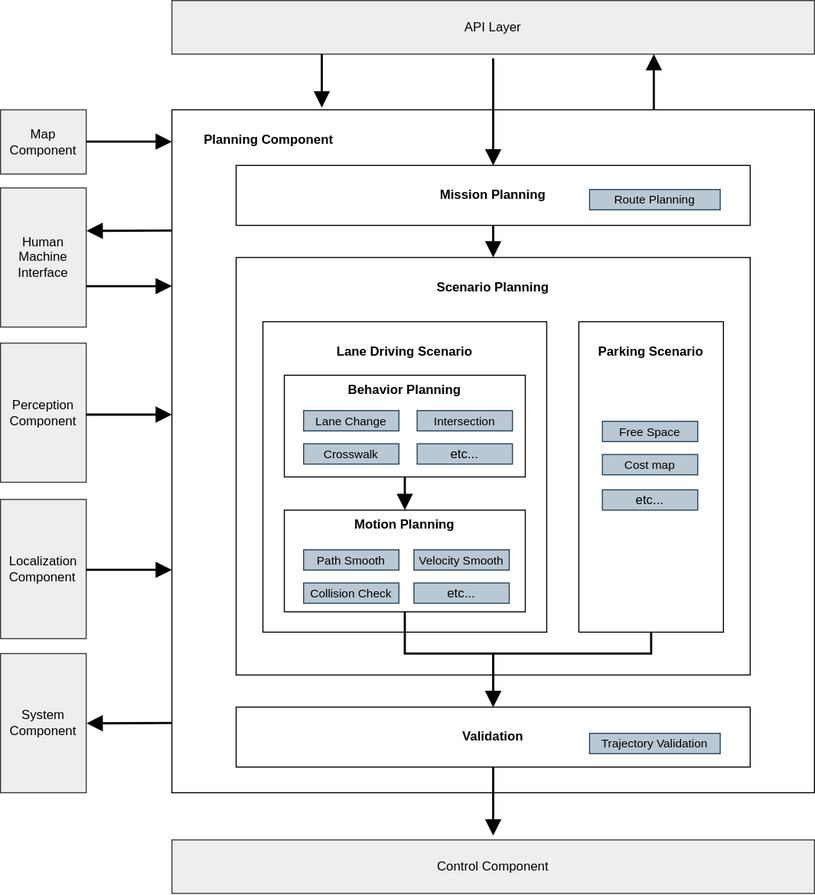
Earlier version of the draw.io export docs/design/autoware-architecture/planning/image/high-level-planning-diagram.drawio.svg (autowarefoundation/autoware-documentation). Source tidied: cells renumbered, new cells last; positions are measured from the earlier drawing's top-left corner, leaving out a move shared by most shapes.
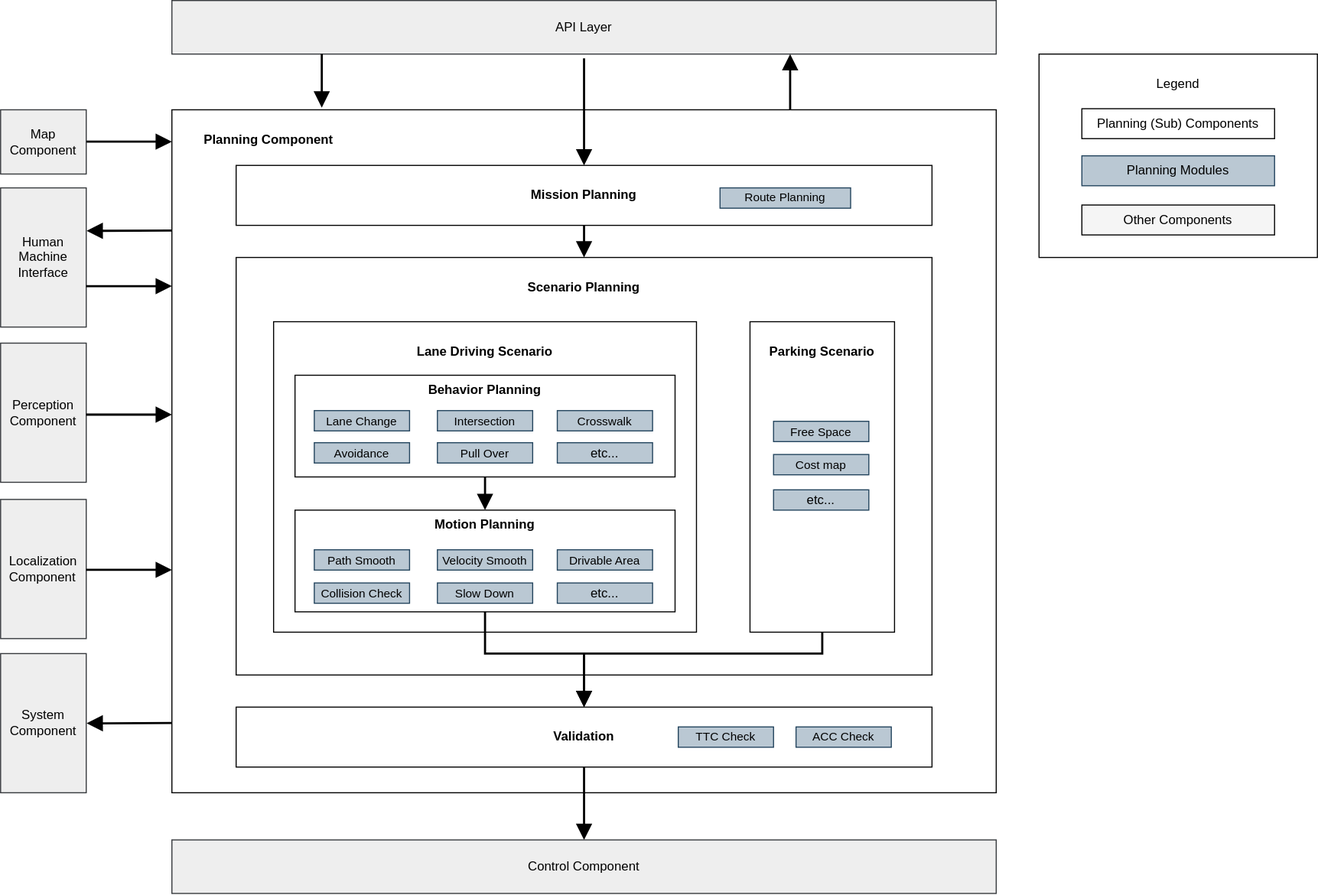
After the commit.

What changed in the source:
```diff
@@ -2,6 +2,9 @@
   <root>
     <mxCell id="0" />
     <mxCell id="1" parent="0" />
+    <mxCell id="45" value="&lt;br&gt;Legend" style="rounded=0;whiteSpace=wrap;html=1;verticalAlign=top;" parent="1" vertex="1">
+      <mxGeometry x="970" y="50" width="260" height="190" as="geometry" />
+    </mxCell>
     <mxCell id="2" style="rounded=0;sketch=0;orthogonalLoop=1;jettySize=auto;html=1;exitX=1;exitY=0.5;exitDx=0;exitDy=0;exitPerimeter=0;entryX=0;entryY=0.036;entryDx=0;entryDy=0;entryPerimeter=0;shadow=0;labelBackgroundColor=none;strokeWidth=2;endArrow=block;endFill=1;startSize=10;endSize=10;sourcePerimeterSpacing=4;targetPerimeterSpacing=4;" parent="1" edge="1">
       <mxGeometry relative="1" as="geometry">
         <mxPoint x="80" y="131.8" as="sourcePoint" />
@@ -24,25 +27,25 @@
       <mxGeometry y="175" width="80" height="130" as="geometry" />
     </mxCell>
     <mxCell id="7" value="API Layer" style="rounded=1;whiteSpace=wrap;html=1;labelBackgroundColor=none;verticalAlign=middle;arcSize=0;shadow=0;fillColor=#eeeeee;strokeColor=#36393d;" parent="1" vertex="1">
-      <mxGeometry x="160" width="600" height="50" as="geometry" />
+      <mxGeometry x="160" width="770" height="50" as="geometry" />
     </mxCell>
     <mxCell id="8" style="edgeStyle=none;rounded=0;sketch=0;jettySize=auto;html=1;exitX=0.75;exitY=0;exitDx=0;exitDy=0;entryX=0.75;entryY=1;entryDx=0;entryDy=0;shadow=0;labelBackgroundColor=none;strokeWidth=2;fontColor=#0d0d0d;startArrow=none;startFill=0;endArrow=block;endFill=1;startSize=10;endSize=10;sourcePerimeterSpacing=4;targetPerimeterSpacing=4;" parent="1" edge="1" source="9" target="7">
       <mxGeometry relative="1" as="geometry" />
     </mxCell>
     <mxCell id="9" style="rounded=0;whiteSpace=wrap;html=1;verticalAlign=top;labelBackgroundColor=none;shadow=0;" parent="1" vertex="1">
-      <mxGeometry x="160" y="102" width="600" height="638" as="geometry" />
+      <mxGeometry x="160" y="102.1" width="770" height="638" as="geometry" />
     </mxCell>
     <mxCell id="10" style="edgeStyle=none;curved=1;rounded=0;jettySize=auto;html=1;entryX=0.5;entryY=0;entryDx=0;entryDy=0;endArrow=block;startSize=10;endSize=10;sourcePerimeterSpacing=4;targetPerimeterSpacing=4;endFill=1;exitX=0.5;exitY=1;exitDx=0;exitDy=0;labelBackgroundColor=none;shadow=0;strokeWidth=2;" parent="1" edge="1" source="11" target="12">
       <mxGeometry relative="1" as="geometry" />
     </mxCell>
     <mxCell id="11" value="&lt;b&gt;Mission Planning&lt;/b&gt;" style="rounded=0;whiteSpace=wrap;html=1;verticalAlign=middle;labelBackgroundColor=none;shadow=0;" parent="1" vertex="1">
-      <mxGeometry x="220" y="154" width="480" height="56" as="geometry" />
+      <mxGeometry x="220" y="154" width="650" height="56" as="geometry" />
     </mxCell>
     <mxCell id="12" value="&lt;b&gt;&lt;br&gt;Scenario Planning&lt;/b&gt;" style="rounded=0;whiteSpace=wrap;html=1;verticalAlign=top;labelBackgroundColor=none;shadow=0;" parent="1" vertex="1">
-      <mxGeometry x="220" y="240" width="480" height="390" as="geometry" />
+      <mxGeometry x="220" y="240" width="650" height="390" as="geometry" />
     </mxCell>
     <mxCell id="13" value="&lt;b&gt;&lt;br&gt;Lane Driving Scenario&lt;/b&gt;" style="rounded=0;whiteSpace=wrap;html=1;verticalAlign=top;labelBackgroundColor=none;shadow=0;" parent="1" vertex="1">
-      <mxGeometry x="245" y="300" width="265" height="290" as="geometry" />
+      <mxGeometry x="255" y="300" width="395" height="290" as="geometry" />
     </mxCell>
     <mxCell id="14" style="edgeStyle=orthogonalEdgeStyle;rounded=0;jettySize=auto;html=1;entryX=0.5;entryY=0;entryDx=0;entryDy=0;endArrow=block;endFill=1;startSize=10;endSize=10;sourcePerimeterSpacing=4;targetPerimeterSpacing=4;exitX=0.5;exitY=1;exitDx=0;exitDy=0;labelBackgroundColor=none;shadow=0;strokeWidth=2;" parent="1" edge="1" source="15" target="21">
       <mxGeometry relative="1" as="geometry">
@@ -53,35 +56,33 @@
       </mxGeometry>
     </mxCell>
     <mxCell id="15" value="&lt;b&gt;&lt;br&gt;Parking Scenario&lt;/b&gt;" style="rounded=0;whiteSpace=wrap;html=1;verticalAlign=top;labelBackgroundColor=none;shadow=0;" parent="1" vertex="1">
-      <mxGeometry x="540" y="300" width="135" height="290" as="geometry" />
+      <mxGeometry x="700" y="300" width="135" height="290" as="geometry" />
     </mxCell>
     <mxCell id="16" style="edgeStyle=none;curved=1;rounded=0;jettySize=auto;html=1;exitX=0.5;exitY=1;exitDx=0;exitDy=0;entryX=0.5;entryY=0;entryDx=0;entryDy=0;endArrow=block;endFill=1;startSize=14;endSize=10;sourcePerimeterSpacing=8;targetPerimeterSpacing=8;labelBackgroundColor=none;shadow=0;strokeWidth=2;" parent="1" edge="1" source="17" target="19">
       <mxGeometry relative="1" as="geometry" />
     </mxCell>
     <mxCell id="17" value="&lt;b&gt;Behavior Planning&lt;/b&gt;" style="rounded=0;whiteSpace=wrap;html=1;verticalAlign=top;labelBackgroundColor=none;shadow=0;" parent="1" vertex="1">
-      <mxGeometry x="265" y="350" width="225" height="95" as="geometry" />
+      <mxGeometry x="275" y="350" width="355" height="95" as="geometry" />
     </mxCell>
     <mxCell id="18" style="edgeStyle=orthogonalEdgeStyle;rounded=0;jettySize=auto;html=1;exitX=0.5;exitY=1;exitDx=0;exitDy=0;entryX=0.5;entryY=0;entryDx=0;entryDy=0;endArrow=block;endFill=1;startSize=10;endSize=10;sourcePerimeterSpacing=4;targetPerimeterSpacing=4;labelBackgroundColor=none;shadow=0;strokeWidth=2;" parent="1" edge="1" source="19" target="21">
       <mxGeometry relative="1" as="geometry">
         <Array as="points">
-          <mxPoint x="378" y="610" />
-          <mxPoint x="460" y="610" />
+          <mxPoint x="453" y="610" />
+          <mxPoint x="545" y="610" />
         </Array>
       </mxGeometry>
     </mxCell>
     <mxCell id="19" value="&lt;b&gt;Motion Planning&lt;/b&gt;" style="rounded=0;whiteSpace=wrap;html=1;verticalAlign=top;labelBackgroundColor=none;shadow=0;" parent="1" vertex="1">
-      <mxGeometry x="265" y="476" width="225" height="95" as="geometry" />
+      <mxGeometry x="275" y="476" width="355" height="95" as="geometry" />
     </mxCell>
-    <mxCell id="20" style="edgeStyle=orthogonalEdgeStyle;rounded=0;jettySize=auto;html=1;exitX=0.5;exitY=1;exitDx=0;exitDy=0;endArrow=block;endFill=1;startSize=10;endSize=10;sourcePerimeterSpacing=4;targetPerimeterSpacing=4;labelBackgroundColor=none;shadow=0;strokeWidth=2;" parent="1" edge="1" source="21">
-      <mxGeometry relative="1" as="geometry">
-        <mxPoint x="460" y="780" as="targetPoint" />
-      </mxGeometry>
+    <mxCell id="20" style="edgeStyle=orthogonalEdgeStyle;rounded=0;jettySize=auto;html=1;exitX=0.5;exitY=1;exitDx=0;exitDy=0;endArrow=block;endFill=1;startSize=10;endSize=10;sourcePerimeterSpacing=4;targetPerimeterSpacing=4;labelBackgroundColor=none;shadow=0;strokeWidth=2;entryX=0.5;entryY=0;entryDx=0;entryDy=0;" parent="1" edge="1" source="21" target="22">
+      <mxGeometry relative="1" as="geometry" />
     </mxCell>
     <mxCell id="21" value="&lt;b&gt;Validation&lt;/b&gt;" style="rounded=0;whiteSpace=wrap;html=1;verticalAlign=middle;labelBackgroundColor=none;shadow=0;" parent="1" vertex="1">
-      <mxGeometry x="220" y="660" width="480" height="56" as="geometry" />
+      <mxGeometry x="220" y="660" width="650" height="56" as="geometry" />
     </mxCell>
     <mxCell id="22" value="Control Component" style="rounded=1;whiteSpace=wrap;html=1;labelBackgroundColor=none;verticalAlign=middle;arcSize=0;shadow=0;fillColor=#eeeeee;strokeColor=#36393d;" parent="1" vertex="1">
-      <mxGeometry x="160" y="784" width="600" height="50" as="geometry" />
+      <mxGeometry x="160" y="784" width="770" height="50" as="geometry" />
     </mxCell>
     <mxCell id="23" value="&lt;b&gt;Planning Component&lt;/b&gt;" style="text;html=1;align=center;verticalAlign=middle;labelBackgroundColor=none;shadow=1;" parent="1" vertex="1">
       <mxGeometry x="180" y="115" width="140" height="30" as="geometry" />
@@ -102,37 +103,37 @@
       <mxGeometry y="102" width="80" height="60" as="geometry" />
     </mxCell>
     <mxCell id="28" value="&lt;div style=&quot;font-size: 11px;&quot;&gt;Lane Change&lt;/div&gt;" style="rounded=1;whiteSpace=wrap;html=1;comic=0;shadow=0;arcSize=0;labelBackgroundColor=none;align=center;fontSize=11;fillColor=#bac8d3;strokeColor=#23445d;" parent="1" vertex="1">
-      <mxGeometry x="283" y="383" width="89" height="19" as="geometry" />
+      <mxGeometry x="293" y="383" width="89" height="19" as="geometry" />
     </mxCell>
     <mxCell id="29" value="&lt;div style=&quot;font-size: 11px;&quot;&gt;Intersection&lt;/div&gt;" style="rounded=1;whiteSpace=wrap;html=1;comic=0;shadow=0;arcSize=0;labelBackgroundColor=none;align=center;fontSize=11;fillColor=#bac8d3;strokeColor=#23445d;" parent="1" vertex="1">
-      <mxGeometry x="389" y="383" width="89" height="19" as="geometry" />
+      <mxGeometry x="408" y="383" width="89" height="19" as="geometry" />
     </mxCell>
     <mxCell id="30" value="&lt;div style=&quot;font-size: 11px;&quot;&gt;Crosswalk&lt;/div&gt;" style="rounded=1;whiteSpace=wrap;html=1;comic=0;shadow=0;arcSize=0;labelBackgroundColor=none;align=center;fontSize=11;fillColor=#bac8d3;strokeColor=#23445d;" parent="1" vertex="1">
-      <mxGeometry x="283" y="414" width="89" height="19" as="geometry" />
+      <mxGeometry x="520" y="383" width="89" height="19" as="geometry" />
     </mxCell>
     <mxCell id="31" value="&lt;div style=&quot;&quot;&gt;etc...&lt;/div&gt;" style="rounded=1;whiteSpace=wrap;html=1;comic=0;shadow=0;arcSize=0;labelBackgroundColor=none;align=center;fillColor=#bac8d3;strokeColor=#23445d;" parent="1" vertex="1">
-      <mxGeometry x="389" y="414" width="89" height="19" as="geometry" />
+      <mxGeometry x="520" y="413" width="89" height="19" as="geometry" />
     </mxCell>
     <mxCell id="32" value="&lt;div style=&quot;font-size: 11px;&quot;&gt;Path Smooth&lt;/div&gt;" style="rounded=1;whiteSpace=wrap;html=1;comic=0;shadow=0;arcSize=0;labelBackgroundColor=none;align=center;fontSize=11;fillColor=#bac8d3;strokeColor=#23445d;" parent="1" vertex="1">
-      <mxGeometry x="283" y="513" width="89" height="19" as="geometry" />
+      <mxGeometry x="293" y="513" width="89" height="19" as="geometry" />
     </mxCell>
     <mxCell id="33" value="&lt;div style=&quot;font-size: 11px;&quot;&gt;Velocity Smooth&lt;/div&gt;" style="rounded=1;whiteSpace=wrap;html=1;comic=0;shadow=0;arcSize=0;labelBackgroundColor=none;align=center;fontSize=11;fillColor=#bac8d3;strokeColor=#23445d;" parent="1" vertex="1">
-      <mxGeometry x="386" y="513" width="89" height="19" as="geometry" />
+      <mxGeometry x="408" y="513" width="89" height="19" as="geometry" />
     </mxCell>
     <mxCell id="34" value="&lt;div style=&quot;font-size: 11px;&quot;&gt;Collision Check&lt;/div&gt;" style="rounded=1;whiteSpace=wrap;html=1;comic=0;shadow=0;arcSize=0;labelBackgroundColor=none;align=center;fontSize=11;fillColor=#bac8d3;strokeColor=#23445d;" parent="1" vertex="1">
-      <mxGeometry x="283" y="544" width="89" height="19" as="geometry" />
+      <mxGeometry x="293" y="544" width="89" height="19" as="geometry" />
     </mxCell>
     <mxCell id="35" value="&lt;div style=&quot;&quot;&gt;etc...&lt;/div&gt;" style="rounded=1;whiteSpace=wrap;html=1;comic=0;shadow=0;arcSize=0;labelBackgroundColor=none;align=center;fillColor=#bac8d3;strokeColor=#23445d;" parent="1" vertex="1">
-      <mxGeometry x="386" y="544" width="89" height="19" as="geometry" />
+      <mxGeometry x="520" y="544" width="89" height="19" as="geometry" />
     </mxCell>
     <mxCell id="36" value="&lt;div style=&quot;font-size: 11px;&quot;&gt;Free Space&lt;/div&gt;" style="rounded=1;whiteSpace=wrap;html=1;comic=0;shadow=0;arcSize=0;labelBackgroundColor=none;align=center;fontSize=11;fillColor=#bac8d3;strokeColor=#23445d;" parent="1" vertex="1">
-      <mxGeometry x="562" y="393" width="89" height="19" as="geometry" />
+      <mxGeometry x="722" y="393" width="89" height="19" as="geometry" />
     </mxCell>
     <mxCell id="37" value="&lt;div style=&quot;font-size: 11px;&quot;&gt;Cost map&lt;/div&gt;" style="rounded=1;whiteSpace=wrap;html=1;comic=0;shadow=0;arcSize=0;labelBackgroundColor=none;align=center;fontSize=11;fillColor=#bac8d3;strokeColor=#23445d;" parent="1" vertex="1">
-      <mxGeometry x="562" y="424" width="89" height="19" as="geometry" />
+      <mxGeometry x="722" y="424" width="89" height="19" as="geometry" />
     </mxCell>
     <mxCell id="38" value="&lt;div style=&quot;&quot;&gt;etc...&lt;/div&gt;" style="rounded=1;whiteSpace=wrap;html=1;comic=0;shadow=0;arcSize=0;labelBackgroundColor=none;align=center;fillColor=#bac8d3;strokeColor=#23445d;" parent="1" vertex="1">
-      <mxGeometry x="562" y="457" width="89" height="19" as="geometry" />
+      <mxGeometry x="722" y="457" width="89" height="19" as="geometry" />
     </mxCell>
     <mxCell id="39" style="rounded=0;sketch=0;orthogonalLoop=1;jettySize=auto;html=1;exitX=1;exitY=0.5;exitDx=0;exitDy=0;exitPerimeter=0;entryX=0;entryY=0.036;entryDx=0;entryDy=0;entryPerimeter=0;shadow=0;labelBackgroundColor=none;strokeWidth=2;endArrow=block;endFill=1;startSize=10;endSize=10;sourcePerimeterSpacing=4;targetPerimeterSpacing=4;" parent="1" edge="1">
       <mxGeometry relative="1" as="geometry">
@@ -158,11 +159,35 @@
         <mxPoint x="160" y="674.9" as="targetPoint" />
       </mxGeometry>
     </mxCell>
-    <mxCell id="43" value="&lt;div style=&quot;font-size: 11px;&quot;&gt;Trajectory Validation&lt;/div&gt;" style="rounded=1;whiteSpace=wrap;html=1;comic=0;shadow=0;arcSize=0;labelBackgroundColor=none;align=center;fontSize=11;fillColor=#bac8d3;strokeColor=#23445d;" parent="1" vertex="1">
-      <mxGeometry x="550" y="684.5" width="122" height="19" as="geometry" />
-    </mxCell>
     <mxCell id="44" value="&lt;div style=&quot;font-size: 11px;&quot;&gt;Route Planning&lt;/div&gt;" style="rounded=1;whiteSpace=wrap;html=1;comic=0;shadow=0;arcSize=0;labelBackgroundColor=none;align=center;fontSize=11;fillColor=#bac8d3;strokeColor=#23445d;" parent="1" vertex="1">
-      <mxGeometry x="550" y="176.5" width="122" height="19" as="geometry" />
+      <mxGeometry x="672" y="175" width="122" height="19" as="geometry" />
     </mxCell>
+    <mxCell id="46" value="&lt;div style=&quot;font-size: 11px;&quot;&gt;Avoidance&lt;/div&gt;" style="rounded=1;whiteSpace=wrap;html=1;comic=0;shadow=0;arcSize=0;labelBackgroundColor=none;align=center;fontSize=11;fillColor=#bac8d3;strokeColor=#23445d;" parent="1" vertex="1">
+      <mxGeometry x="293" y="413" width="89" height="19" as="geometry" />
+    </mxCell>
+    <mxCell id="47" value="&lt;div style=&quot;font-size: 11px;&quot;&gt;Pull Over&lt;/div&gt;" style="rounded=1;whiteSpace=wrap;html=1;comic=0;shadow=0;arcSize=0;labelBackgroundColor=none;align=center;fontSize=11;fillColor=#bac8d3;strokeColor=#23445d;" parent="1" vertex="1">
+      <mxGeometry x="408" y="413" width="89" height="19" as="geometry" />
+    </mxCell>
+    <mxCell id="48" value="&lt;div style=&quot;font-size: 11px;&quot;&gt;Drivable Area&lt;/div&gt;" style="rounded=1;whiteSpace=wrap;html=1;comic=0;shadow=0;arcSize=0;labelBackgroundColor=none;align=center;fontSize=11;fillColor=#bac8d3;strokeColor=#23445d;" parent="1" vertex="1">
+      <mxGeometry x="520" y="513" width="89" height="19" as="geometry" />
+    </mxCell>
+    <mxCell id="49" value="&lt;div style=&quot;font-size: 11px;&quot;&gt;Slow Down&lt;/div&gt;" style="rounded=1;whiteSpace=wrap;html=1;comic=0;shadow=0;arcSize=0;labelBackgroundColor=none;align=center;fontSize=11;fillColor=#bac8d3;strokeColor=#23445d;" parent="1" vertex="1">
+      <mxGeometry x="408" y="544" width="89" height="19" as="geometry" />
+    </mxCell>
+    <mxCell id="50" value="&lt;div style=&quot;font-size: 11px;&quot;&gt;TTC Check&lt;/div&gt;" style="rounded=1;whiteSpace=wrap;html=1;comic=0;shadow=0;arcSize=0;labelBackgroundColor=none;align=center;fontSize=11;fillColor=#bac8d3;strokeColor=#23445d;" parent="1" vertex="1">
+      <mxGeometry x="633" y="678.5" width="89" height="19" as="geometry" />
+    </mxCell>
+    <mxCell id="51" value="&lt;div style=&quot;font-size: 11px;&quot;&gt;ACC Check&lt;/div&gt;" style="rounded=1;whiteSpace=wrap;html=1;comic=0;shadow=0;arcSize=0;labelBackgroundColor=none;align=center;fontSize=11;fillColor=#bac8d3;strokeColor=#23445d;" parent="1" vertex="1">
+      <mxGeometry x="743" y="678.5" width="89" height="19" as="geometry" />
+    </mxCell>
+    <mxCell id="52" value="Planning (Sub) Components" style="rounded=0;whiteSpace=wrap;html=1;verticalAlign=top;labelBackgroundColor=none;shadow=0;" parent="1" vertex="1">
+      <mxGeometry x="1010" y="101.1" width="180" height="27.9" as="geometry" />
+    </mxCell>
+    <mxCell id="53" value="Planning Modules" style="rounded=0;whiteSpace=wrap;html=1;verticalAlign=top;labelBackgroundColor=none;shadow=0;fillColor=#bac8d3;strokeColor=#23445d;" parent="1" vertex="1">
+      <mxGeometry x="1010" y="145.1" width="180" height="27.9" as="geometry" />
+    </mxCell>
+    <mxCell id="54" value="Other Components" style="rounded=0;whiteSpace=wrap;html=1;verticalAlign=top;labelBackgroundColor=none;shadow=0;fillColor=#f5f5f5;fontColor=#000000;strokeColor=#000000;" parent="1" vertex="1">
+      <mxGeometry x="1010" y="191" width="180" height="27.9" as="geometry" />
+    </mxCell>
   </root>
 </mxGraphModel>
```
